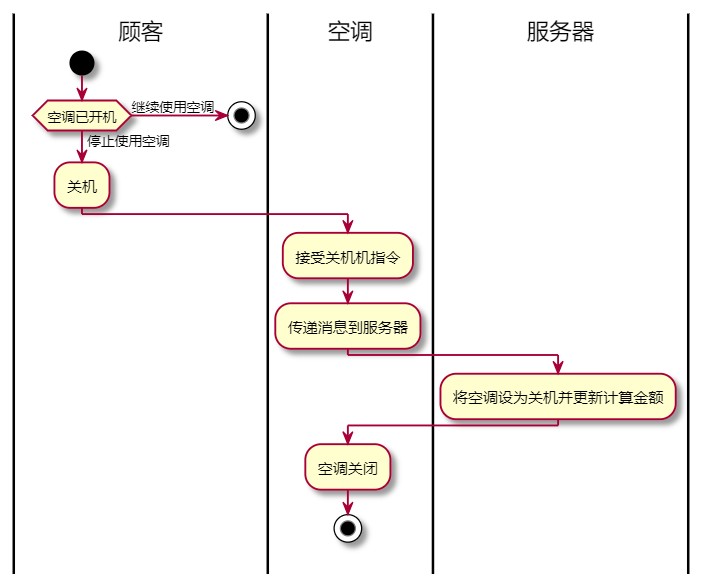
Before: Doc&Ref/Phase2/活动图和uml/使用空调服务(开机).png, a diagram exported from PlantUML (RiddMa/SoftwareEngineering2021). Its source is kept beside it as Doc&Ref/Phase2/活动图和uml/使用空调服务(开机).wsd.
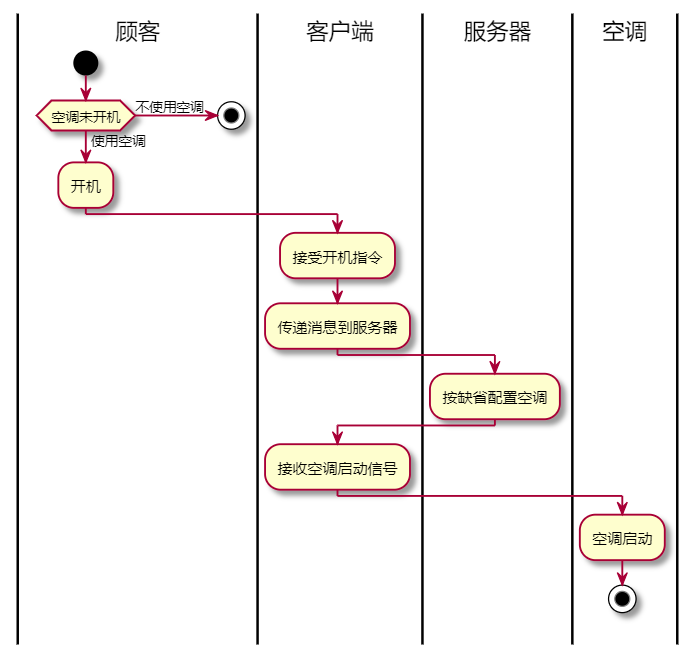
The same diagram one commit later.

Diff of the diagram source:
```diff
@@ -5,11 +5,13 @@
  stop
 else (使用空调)
   :开机;
-  |空调|
+  |客户端|
   :接受开机指令;
   :传递消息到服务器;
   |服务器|
   :按缺省配置空调;
+  |客户端|
+  :接收空调启动信号;
   |空调|
   :空调启动;
 stop
```
